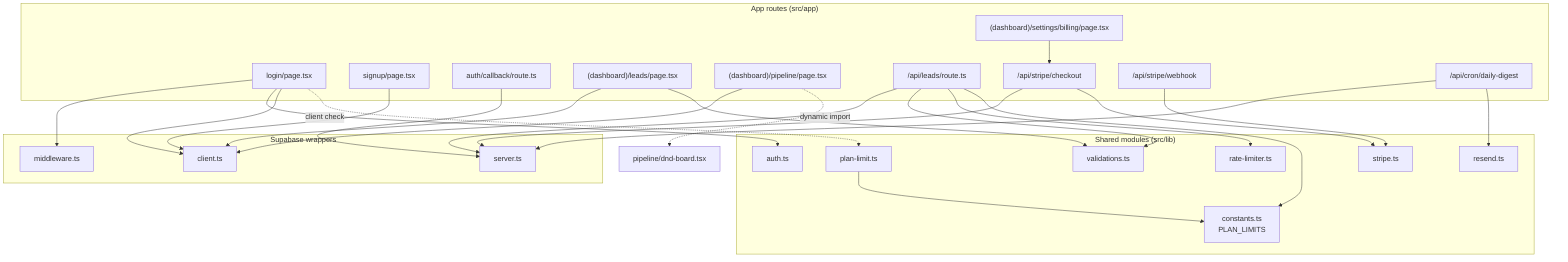
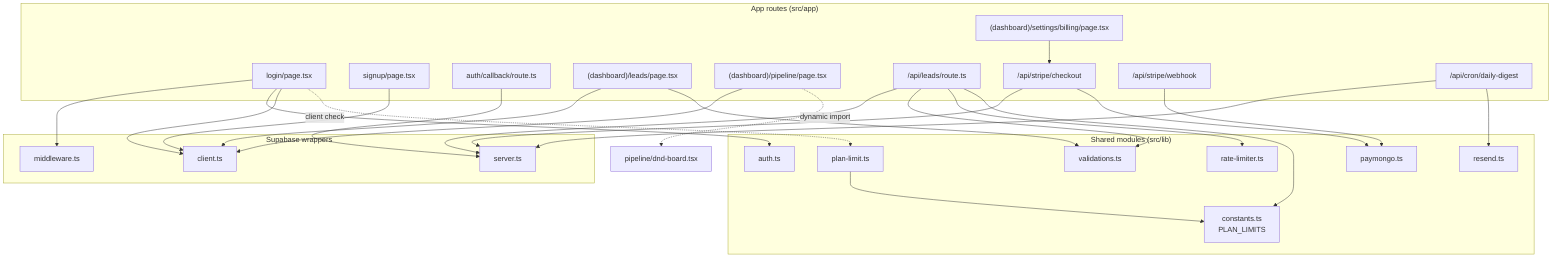
flowchart TD
    subgraph routes["App routes (src/app)"]
        Login["login/page.tsx"]
        Signup["signup/page.tsx"]
        CB["auth/callback/route.ts"]
        Leads["(dashboard)/leads/page.tsx"]
        Pipeline["(dashboard)/pipeline/page.tsx"]
        Billing["(dashboard)/settings/billing/page.tsx"]
        ApiLeads["/api/leads/route.ts"]
        ApiStripe["/api/stripe/checkout"]
        ApiWH["/api/stripe/webhook"]
        ApiCron["/api/cron/daily-digest"]
    end

    subgraph shared["Shared modules (src/lib)"]
        Auth[auth.ts]
        Valid[validations.ts]
        RL[rate-limiter.ts]
-         StripeLib[stripe.ts]
+         StripeLib[paymongo.ts]
        ResendLib[resend.ts]
        Constants[constants.ts<br/>PLAN_LIMITS]
        PlanLimit[plan-limit.ts]
    end

    subgraph supa["Supabase wrappers"]
        SBC[client.ts]
        SBS[server.ts]
        SBM[middleware.ts]
    end

    Login --> SBM
    Login --> Auth
    Login --> SBC
    Signup --> SBC
    CB --> SBS
    Leads --> SBC
    Leads --> Valid
    Pipeline --> SBC
    Pipeline -.->|dynamic import| DndBoard[pipeline/dnd-board.tsx]

    ApiLeads --> SBS
    ApiLeads --> Valid
    ApiLeads --> RL
    ApiLeads --> Constants

    Billing --> ApiStripe
    ApiStripe --> SBS
    ApiStripe --> StripeLib
    ApiWH --> StripeLib
    ApiCron --> SBS
    ApiCron --> ResendLib

    PlanLimit --> Constants
    Login -.->|client check| PlanLimit